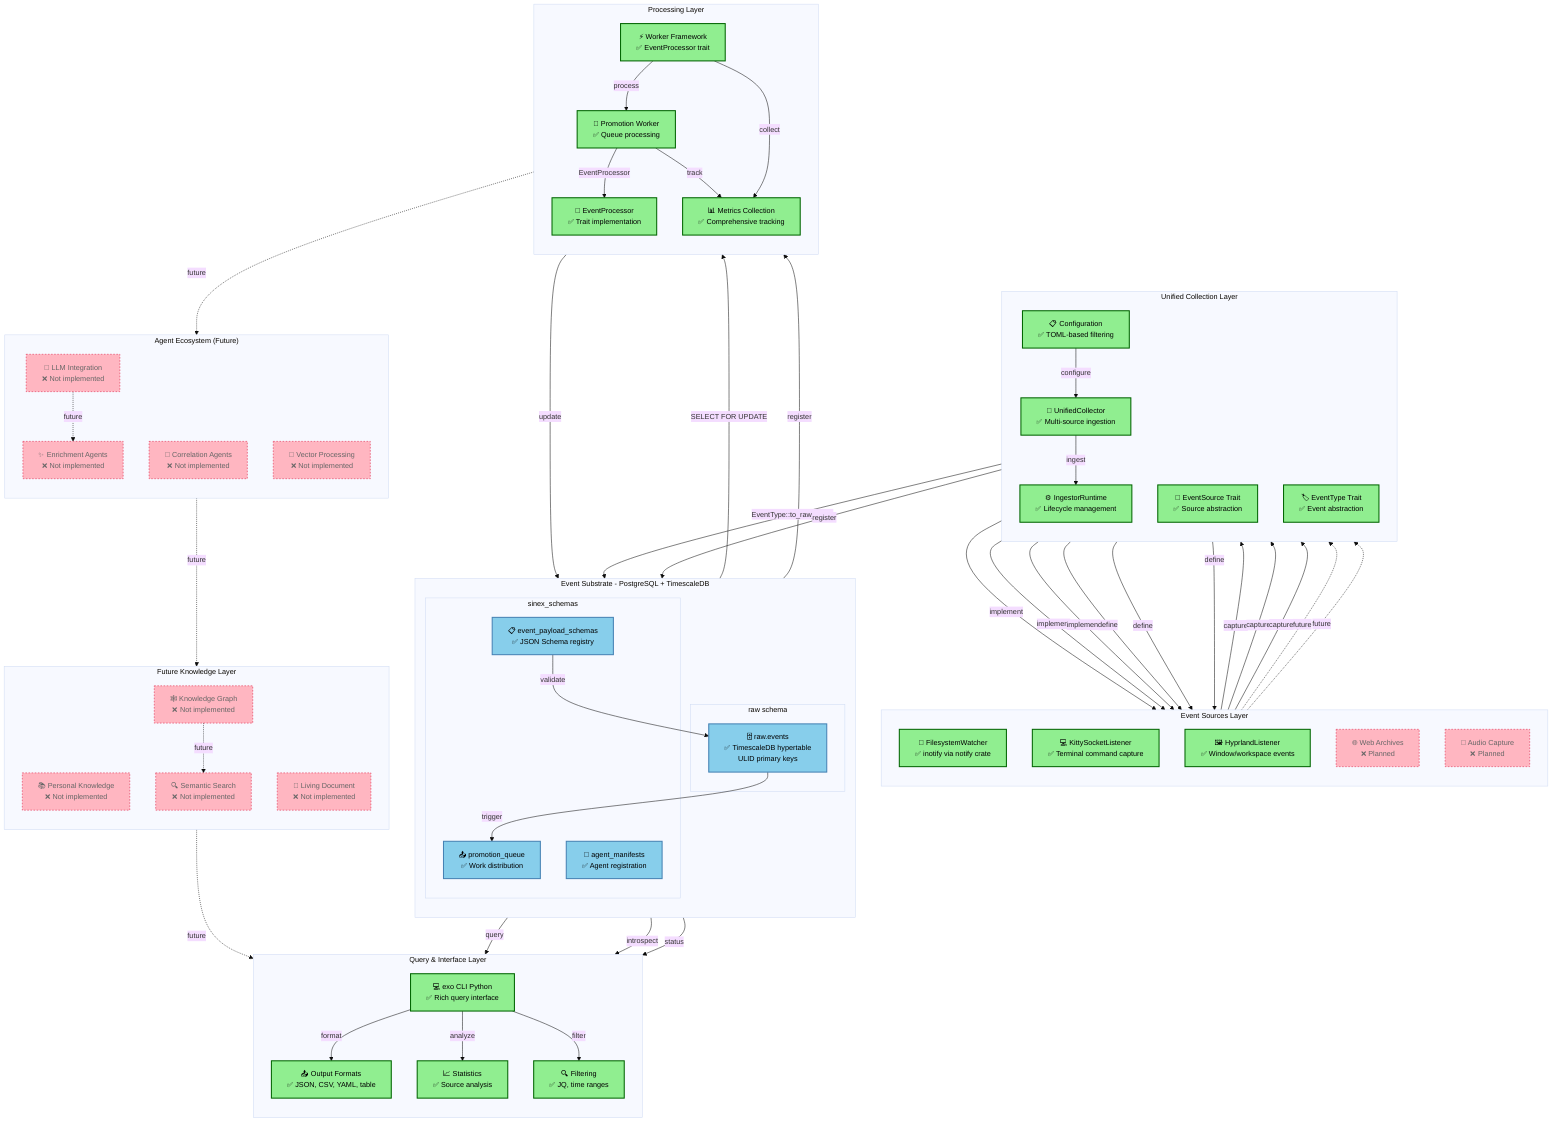
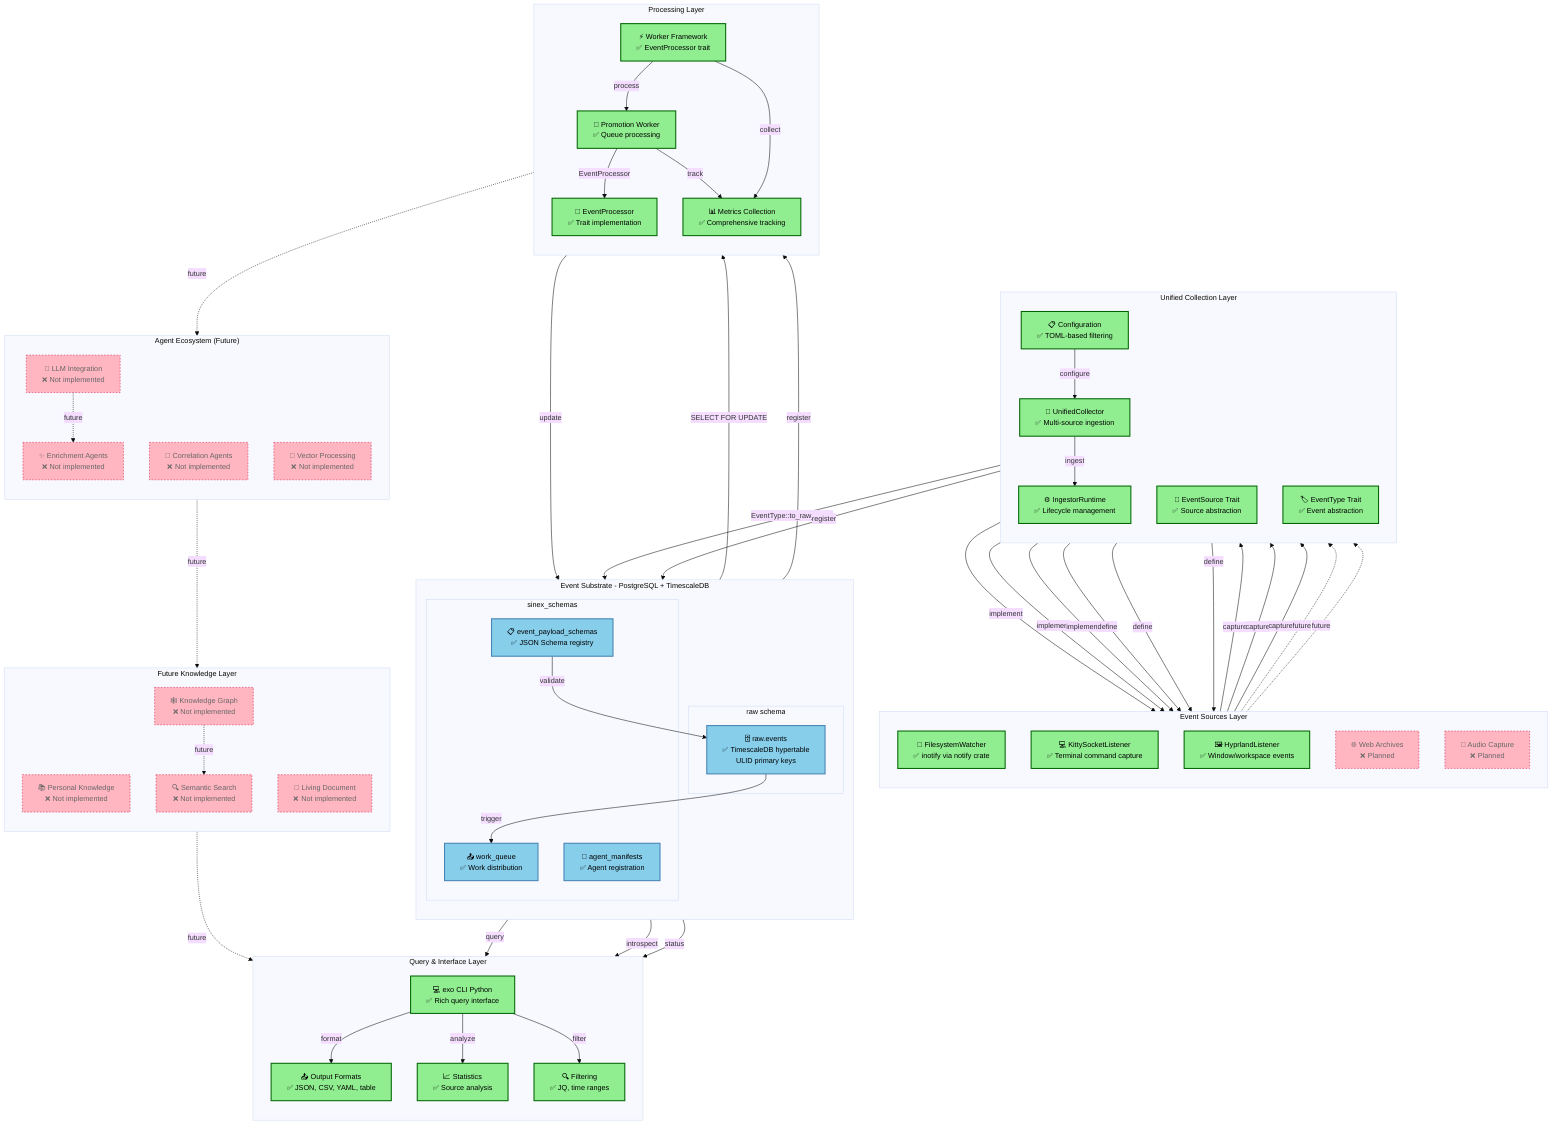
%%{init: {'theme':'base', 'themeVariables': { 'fontSize': '14px'}}}%%
graph TB
    subgraph "Event Sources Layer"
        direction TB
        FS[📁 FilesystemWatcher<br/>✅ inotify via notify crate]
        TERM[💻 KittySocketListener<br/>✅ Terminal command capture]
        WM[🖼️ HyprlandListener<br/>✅ Window/workspace events]
        WEB[🌐 Web Archives<br/>❌ Planned]
        AUDIO[🎵 Audio Capture<br/>❌ Planned]
    end

    subgraph "Unified Collection Layer"
        direction TB
        UC[🔄 UnifiedCollector<br/>✅ Multi-source ingestion]
        RT[⚙️ IngestorRuntime<br/>✅ Lifecycle management]
        CFG[📋 Configuration<br/>✅ TOML-based filtering]
        ES[📡 EventSource Trait<br/>✅ Source abstraction]
        ET[🏷️ EventType Trait<br/>✅ Event abstraction]
    end

    subgraph "Event Substrate - PostgreSQL + TimescaleDB"
        direction TB

        subgraph "raw schema"
            RAW[🗄️ raw.events<br/>✅ TimescaleDB hypertable<br/>ULID primary keys]
        end

        subgraph "sinex_schemas"
            SCHEMA[📋 event_payload_schemas<br/>✅ JSON Schema registry]
            MANIFEST[👥 agent_manifests<br/>✅ Agent registration]
-             QUEUE[📤 promotion_queue<br/>✅ Work distribution]
+             QUEUE[📤 work_queue<br/>✅ Work distribution]
        end
    end

    subgraph "Processing Layer"
        direction TB
        WORKER[⚡ Worker Framework<br/>✅ EventProcessor trait]
        PROMO[🔄 Promotion Worker<br/>✅ Queue processing]
        PROC[🎯 EventProcessor<br/>✅ Trait implementation]
        METRICS[📊 Metrics Collection<br/>✅ Comprehensive tracking]
    end

    subgraph "Agent Ecosystem (Future)"
        direction TB
        LLM[🤖 LLM Integration<br/>❌ Not implemented]
        ENRICH[✨ Enrichment Agents<br/>❌ Not implemented]
        CORR[🔗 Correlation Agents<br/>❌ Not implemented]
        VEC[🧠 Vector Processing<br/>❌ Not implemented]
    end

    subgraph "Query & Interface Layer"
        direction TB
        CLI[💻 exo CLI Python<br/>✅ Rich query interface]
        STATS[📈 Statistics<br/>✅ Source analysis]
        FILTER[🔍 Filtering<br/>✅ JQ, time ranges]
        OUTPUT[📤 Output Formats<br/>✅ JSON, CSV, YAML, table]
    end

    subgraph "Future Knowledge Layer"
        direction TB
        PKM[📚 Personal Knowledge<br/>❌ Not implemented]
        GRAPH[🕸️ Knowledge Graph<br/>❌ Not implemented]
        LIVING[📝 Living Document<br/>❌ Not implemented]
        SEARCH[🔍 Semantic Search<br/>❌ Not implemented]
    end

    %% Data Flow - Implemented (solid green)
    FS -->|capture| UC
    TERM -->|capture| UC
    WM -->|capture| UC
    UC -->|ingest| RT
    RT -->|EventType::to_raw_event| RAW
    RT -->|register| MANIFEST
    RAW -->|trigger| QUEUE
    QUEUE -->|SELECT FOR UPDATE| WORKER
    WORKER -->|process| PROMO
    PROMO -->|EventProcessor| PROC
    PROC -->|update| RAW

    %% Configuration flow
    CFG -->|configure| UC
    ES -->|implement| FS
    ES -->|implement| TERM
    ES -->|implement| WM
    ET -->|define| FS
    ET -->|define| TERM
    ET -->|define| WM

    %% Query flow
    RAW -->|query| CLI
    SCHEMA -->|introspect| CLI
    MANIFEST -->|status| CLI
    CLI -->|format| OUTPUT
    CLI -->|analyze| STATS
    CLI -->|filter| FILTER

    %% Metrics flow
    WORKER -->|collect| METRICS
    PROMO -->|track| METRICS

    %% Future flows (dashed red)
    WEB -.->|future| UC
    AUDIO -.->|future| UC
    PROC -.->|future| LLM
    LLM -.->|future| ENRICH
    ENRICH -.->|future| GRAPH
    GRAPH -.->|future| SEARCH
    SEARCH -.->|future| CLI

    %% Schema relationships
    SCHEMA -->|validate| RAW
    MANIFEST -->|register| WORKER

    %% Styling
    classDef implemented fill:#90EE90,stroke:#006400,stroke-width:2px,color:#000
    classDef partial fill:#FFD700,stroke:#FF8C00,stroke-width:2px,color:#000
    classDef notImpl fill:#FFB6C1,stroke:#DC143C,stroke-width:1px,stroke-dasharray:3 3,color:#666
    classDef database fill:#87CEEB,stroke:#4682B4,stroke-width:2px,color:#000

    %% Apply styles
    class FS,TERM,WM,UC,RT,CFG,ES,ET,WORKER,PROMO,PROC,METRICS,CLI,STATS,FILTER,OUTPUT implemented
    class RAW,SCHEMA,MANIFEST,QUEUE database
    class WEB,AUDIO,LLM,ENRICH,CORR,VEC,PKM,GRAPH,LIVING,SEARCH notImpl